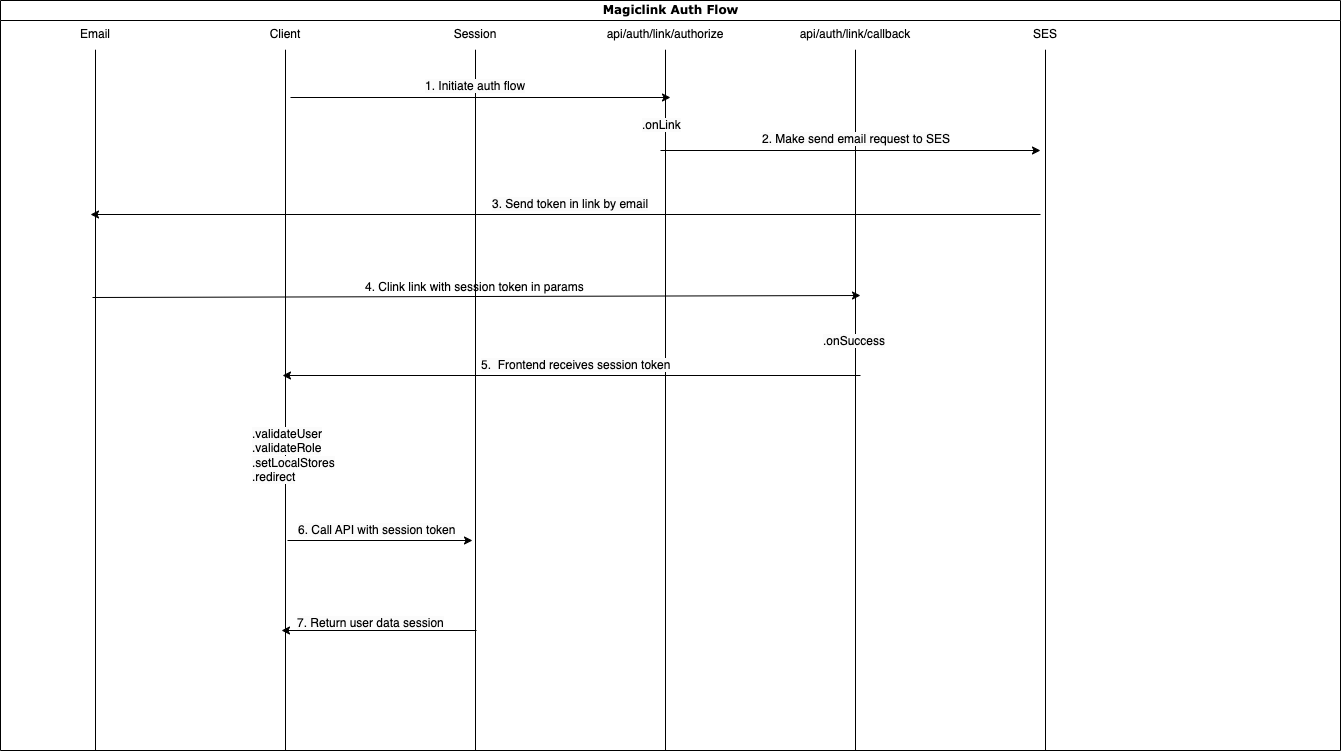
Before: assets/Auth Flows-Magiclink.drawio.png, a diagram exported from draw.io (ctdh/sst-sveltekit-starter). Source tidied: cells renumbered, new cells last; positions are measured from the earlier drawing's top-left corner, leaving out a move shared by most shapes.
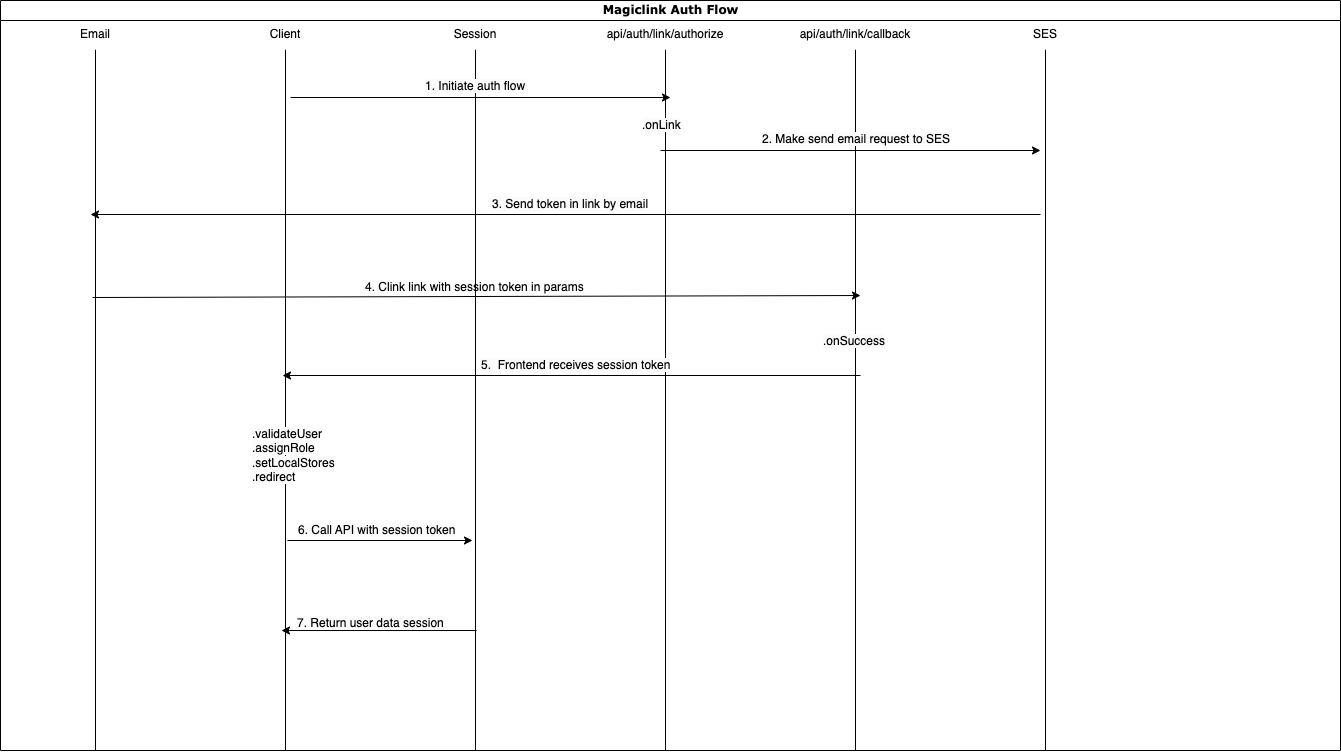
The same file after the commit.

What changed in the source:
```diff
@@ -110,7 +110,7 @@
     <mxCell id="30" value="&lt;div style=&quot;text-align: center;&quot;&gt;&lt;span style=&quot;background-color: initial;&quot;&gt;4. Clink link with session token in params&lt;/span&gt;&lt;/div&gt;" style="text;whiteSpace=wrap;html=1;" parent="1" vertex="1">
       <mxGeometry x="363" y="273" width="240" height="40" as="geometry" />
     </mxCell>
-    <mxCell id="31" value="&lt;span style=&quot;color: rgb(0, 0, 0); font-family: Helvetica; font-size: 12px; font-style: normal; font-variant-ligatures: normal; font-variant-caps: normal; font-weight: 400; letter-spacing: normal; orphans: 2; text-align: center; text-indent: 0px; text-transform: none; widows: 2; word-spacing: 0px; -webkit-text-stroke-width: 0px; background-color: rgb(251, 251, 251); text-decoration-thickness: initial; text-decoration-style: initial; text-decoration-color: initial; float: none; display: inline !important;&quot;&gt;.validateUser&lt;br&gt;.validateRole&lt;br&gt;.setLocalStores&lt;br&gt;.redirect&lt;br&gt;&lt;/span&gt;" style="text;whiteSpace=wrap;html=1;" parent="1" vertex="1">
+    <mxCell id="31" value="&lt;span style=&quot;color: rgb(0, 0, 0); font-family: Helvetica; font-size: 12px; font-style: normal; font-variant-ligatures: normal; font-variant-caps: normal; font-weight: 400; letter-spacing: normal; orphans: 2; text-align: center; text-indent: 0px; text-transform: none; widows: 2; word-spacing: 0px; -webkit-text-stroke-width: 0px; background-color: rgb(251, 251, 251); text-decoration-thickness: initial; text-decoration-style: initial; text-decoration-color: initial; float: none; display: inline !important;&quot;&gt;.validateUser&lt;br&gt;.assignRole&lt;br&gt;.setLocalStores&lt;br&gt;.redirect&lt;br&gt;&lt;/span&gt;" style="text;whiteSpace=wrap;html=1;" parent="1" vertex="1">
       <mxGeometry x="250" y="420" width="110" height="70" as="geometry" />
     </mxCell>
   </root>
```
